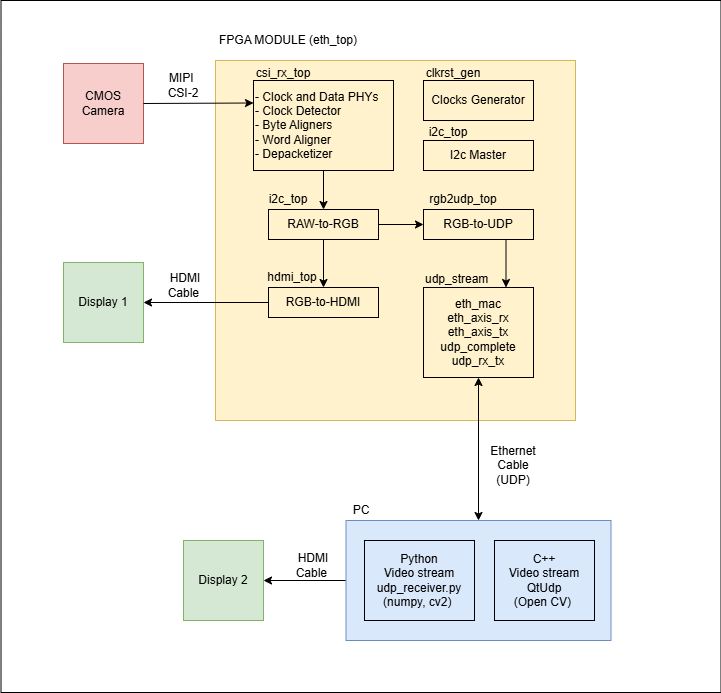
chili-chips-ba/openeye-CamSI-ethernet keeps this draw.io diagram as 0.doc/Images/Block Diagram.png. Above is the earlier version. Source tidied: cells renumbered, new cells last; positions are measured from the earlier drawing's top-left corner, leaving out a move shared by most shapes.
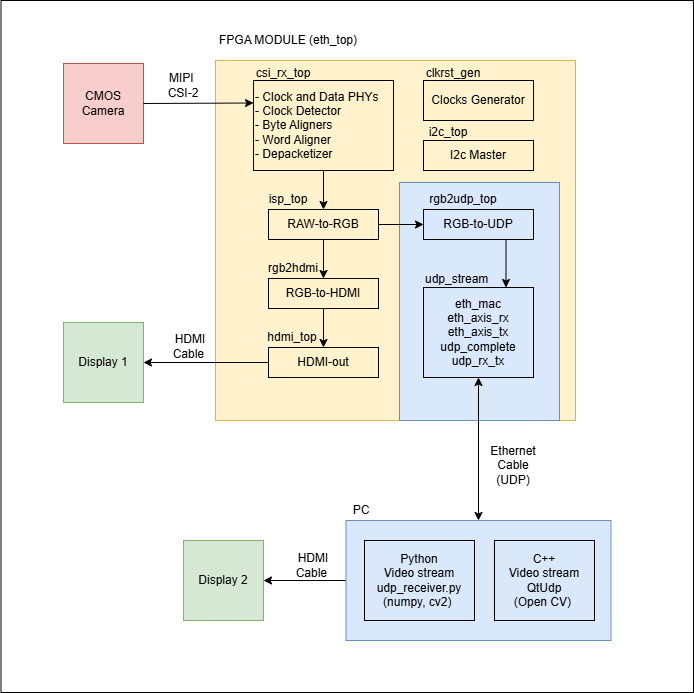
After the commit.

What changed in the source:
```diff
@@ -3,11 +3,14 @@
     <mxCell id="0" />
     <mxCell id="1" parent="0" />
     <mxCell id="2" style="whiteSpace=wrap;html=1;fillColor=default;" parent="1" vertex="1">
-      <mxGeometry x="-0.5" width="720" height="692" as="geometry" />
+      <mxGeometry x="-0.5" width="692.5" height="692" as="geometry" />
     </mxCell>
     <mxCell id="3" style="whiteSpace=wrap;html=1;fillColor=#fff2cc;strokeColor=#d6b656;" parent="1" vertex="1">
       <mxGeometry x="214" y="60" width="360" height="360" as="geometry" />
     </mxCell>
+    <mxCell id="38" style="whiteSpace=wrap;html=1;fillColor=#dae8fc;strokeColor=#6c8ebf;" parent="1" vertex="1">
+      <mxGeometry x="398" y="182" width="160" height="238" as="geometry" />
+    </mxCell>
     <mxCell id="4" value="&lt;div&gt;- Clock and Data PHYs&lt;/div&gt;&lt;div&gt;- Clock Detector&lt;/div&gt;&lt;div&gt;&lt;span style=&quot;background-color: transparent; color: light-dark(rgb(0, 0, 0), rgb(255, 255, 255));&quot;&gt;- Byte Aligners&amp;nbsp;&lt;/span&gt;&lt;/div&gt;&lt;div&gt;&lt;span style=&quot;background-color: transparent; color: light-dark(rgb(0, 0, 0), rgb(255, 255, 255));&quot;&gt;- Word Aligner&amp;nbsp;&lt;/span&gt;&lt;/div&gt;&lt;div&gt;- Depacketizer&lt;/div&gt;" style="whiteSpace=wrap;html=1;fillColor=none;align=left;" parent="1" vertex="1">
       <mxGeometry x="252" y="80" width="140" height="90" as="geometry" />
     </mxCell>
@@ -15,7 +18,7 @@
       <mxGeometry x="62" y="63" width="80" height="80" as="geometry" />
     </mxCell>
     <mxCell id="6" value="Display 1" style="whiteSpace=wrap;html=1;fillColor=#d5e8d4;strokeColor=#82b366;" parent="1" vertex="1">
-      <mxGeometry x="62" y="262" width="80" height="80" as="geometry" />
+      <mxGeometry x="62" y="322" width="80" height="80" as="geometry" />
     </mxCell>
     <mxCell id="7" value="Display 2" style="whiteSpace=wrap;html=1;fillColor=#d5e8d4;strokeColor=#82b366;" parent="1" vertex="1">
       <mxGeometry x="182" y="540" width="80" height="80" as="geometry" />
@@ -36,7 +39,7 @@
       <mxGeometry relative="1" as="geometry" />
     </mxCell>
     <mxCell id="13" value="HDMI Cable&amp;nbsp;" style="text;html=1;whiteSpace=wrap;strokeColor=none;fillColor=none;align=center;verticalAlign=middle;rounded=0;" parent="1" vertex="1">
-      <mxGeometry x="159" y="270" width="50" height="30" as="geometry" />
+      <mxGeometry x="164" y="331" width="50" height="30" as="geometry" />
     </mxCell>
     <mxCell id="14" value="MIPI&amp;nbsp;&lt;div&gt;CSI-2&lt;/div&gt;" style="text;html=1;whiteSpace=wrap;strokeColor=none;fillColor=none;align=center;verticalAlign=middle;rounded=0;" parent="1" vertex="1">
       <mxGeometry x="152" y="70" width="60" height="30" as="geometry" />
@@ -59,14 +62,14 @@
     <mxCell id="20" value="&lt;div&gt;RAW-to-&lt;span style=&quot;background-color: transparent; color: light-dark(rgb(0, 0, 0), rgb(255, 255, 255));&quot;&gt;RGB&lt;/span&gt;&lt;/div&gt;" style="whiteSpace=wrap;html=1;fillColor=none;align=center;" parent="1" vertex="1">
       <mxGeometry x="267" y="209" width="110" height="30" as="geometry" />
     </mxCell>
-    <mxCell id="21" value="i2c_top" style="text;html=1;whiteSpace=wrap;strokeColor=none;fillColor=none;align=center;verticalAlign=middle;rounded=0;" parent="1" vertex="1">
+    <mxCell id="21" value="isp_top" style="text;html=1;whiteSpace=wrap;strokeColor=none;fillColor=none;align=center;verticalAlign=middle;rounded=0;" parent="1" vertex="1">
       <mxGeometry x="262" y="189" width="50" height="20" as="geometry" />
     </mxCell>
-    <mxCell id="22" value="&lt;div&gt;RGB-to-HDMI&lt;/div&gt;" style="whiteSpace=wrap;html=1;fillColor=none;align=center;" parent="1" vertex="1">
-      <mxGeometry x="267" y="287" width="110" height="30" as="geometry" />
+    <mxCell id="22" value="&lt;div&gt;HDMI-out&lt;/div&gt;" style="whiteSpace=wrap;html=1;fillColor=none;align=center;" parent="1" vertex="1">
+      <mxGeometry x="267" y="347" width="110" height="30" as="geometry" />
     </mxCell>
     <mxCell id="23" value="hdmi_top" style="text;html=1;whiteSpace=wrap;strokeColor=none;fillColor=none;align=center;verticalAlign=middle;rounded=0;" parent="1" vertex="1">
-      <mxGeometry x="266" y="267" width="50" height="20" as="geometry" />
+      <mxGeometry x="266" y="327" width="50" height="20" as="geometry" />
     </mxCell>
     <mxCell id="24" value="RGB-to-UDP" style="whiteSpace=wrap;html=1;fillColor=none;align=center;" parent="1" vertex="1">
       <mxGeometry x="422" y="209" width="110" height="30" as="geometry" />
@@ -83,7 +86,7 @@
     <mxCell id="28" style="endArrow=classic;html=1;rounded=0;entryX=0.5;entryY=0;entryDx=0;entryDy=0;exitX=0.5;exitY=1;exitDx=0;exitDy=0;" parent="1" edge="1" source="4" target="20">
       <mxGeometry relative="1" as="geometry" />
     </mxCell>
-    <mxCell id="29" style="endArrow=classic;html=1;rounded=0;entryX=0.5;entryY=0;entryDx=0;entryDy=0;exitX=0.5;exitY=1;exitDx=0;exitDy=0;" parent="1" edge="1" source="20" target="22">
+    <mxCell id="29" style="endArrow=classic;html=1;rounded=0;entryX=0.5;entryY=0;entryDx=0;entryDy=0;exitX=0.5;exitY=1;exitDx=0;exitDy=0;" parent="1" edge="1" source="40" target="22">
       <mxGeometry relative="1" as="geometry" />
     </mxCell>
     <mxCell id="30" style="endArrow=classic;html=1;rounded=0;entryX=0;entryY=0.5;entryDx=0;entryDy=0;exitX=1;exitY=0.5;exitDx=0;exitDy=0;" parent="1" edge="1" source="20" target="24">
@@ -110,5 +113,14 @@
     <mxCell id="37" value="i2c_top" style="text;html=1;whiteSpace=wrap;strokeColor=none;fillColor=none;align=center;verticalAlign=middle;rounded=0;" parent="1" vertex="1">
       <mxGeometry x="422" y="117" width="50" height="30" as="geometry" />
     </mxCell>
+    <mxCell id="39" style="endArrow=classic;html=1;rounded=0;entryX=0.5;entryY=0;entryDx=0;entryDy=0;exitX=0.5;exitY=1;exitDx=0;exitDy=0;" parent="1" edge="1" source="20" target="40">
+      <mxGeometry relative="1" as="geometry" />
+    </mxCell>
+    <mxCell id="40" value="RGB-to-HDMI" style="whiteSpace=wrap;html=1;fillColor=none;align=center;" parent="1" vertex="1">
+      <mxGeometry x="267" y="278" width="110" height="30" as="geometry" />
+    </mxCell>
+    <mxCell id="41" value="rgb2hdmi" style="text;html=1;whiteSpace=wrap;strokeColor=none;fillColor=none;align=center;verticalAlign=middle;rounded=0;" parent="1" vertex="1">
+      <mxGeometry x="267" y="258" width="50" height="20" as="geometry" />
+    </mxCell>
   </root>
 </mxGraphModel>
```
